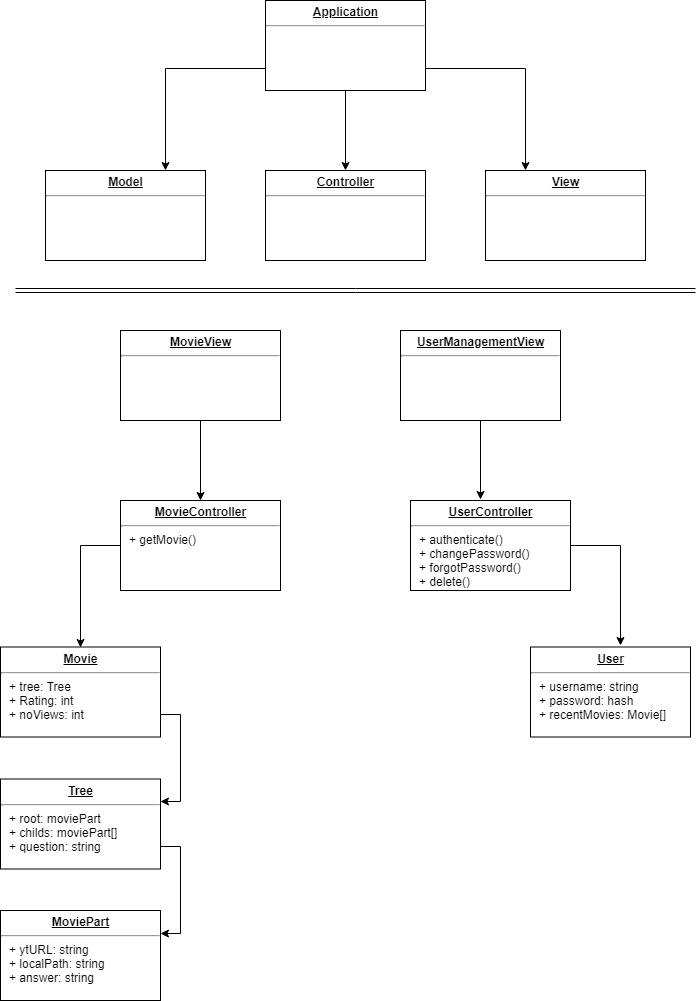
MarianCodrinCretu/Tehnologii-Web keeps this draw.io diagram as MVC_specific.png. Above is the earlier version. Source tidied: cells renumbered, new cells last; positions are measured from the earlier drawing's top-left corner, leaving out a move shared by most shapes. Its diagram source:
```xml
<mxGraphModel>
  <root>
    <mxCell id="0" />
    <mxCell id="1" parent="0" />
    <mxCell id="2" style="edgeStyle=orthogonalEdgeStyle;rounded=0;jettySize=auto;html=1;exitX=0.5;exitY=1;exitDx=0;exitDy=0;entryX=0.5;entryY=0;entryDx=0;entryDy=0;" parent="1" edge="1" source="5" target="7">
      <mxGeometry relative="1" as="geometry" />
    </mxCell>
    <mxCell id="3" style="edgeStyle=orthogonalEdgeStyle;rounded=0;jettySize=auto;html=1;exitX=1;exitY=0.75;exitDx=0;exitDy=0;entryX=0.25;entryY=0;entryDx=0;entryDy=0;" parent="1" edge="1" source="5" target="8">
      <mxGeometry relative="1" as="geometry" />
    </mxCell>
    <mxCell id="4" style="edgeStyle=orthogonalEdgeStyle;rounded=0;jettySize=auto;html=1;exitX=0;exitY=0.75;exitDx=0;exitDy=0;entryX=0.75;entryY=0;entryDx=0;entryDy=0;" parent="1" edge="1" source="5" target="6">
      <mxGeometry relative="1" as="geometry" />
    </mxCell>
    <mxCell id="5" value="&lt;p style=&quot;margin: 0px ; margin-top: 4px ; text-align: center ; text-decoration: underline&quot;&gt;&lt;b&gt;Application&lt;/b&gt;&lt;/p&gt;&lt;hr&gt;&lt;p style=&quot;margin: 0px ; margin-left: 8px&quot;&gt;&lt;br&gt;&lt;/p&gt;" style="verticalAlign=top;align=left;overflow=fill;fontSize=12;fontFamily=Helvetica;html=1;" parent="1" vertex="1">
      <mxGeometry x="265" width="160" height="90" as="geometry" />
    </mxCell>
    <mxCell id="6" value="&lt;p style=&quot;margin: 0px ; margin-top: 4px ; text-align: center ; text-decoration: underline&quot;&gt;&lt;b&gt;Model&lt;/b&gt;&lt;/p&gt;&lt;hr&gt;&lt;p style=&quot;margin: 0px ; margin-left: 8px&quot;&gt;&lt;br&gt;&lt;/p&gt;" style="verticalAlign=top;align=left;overflow=fill;fontSize=12;fontFamily=Helvetica;html=1;" parent="1" vertex="1">
      <mxGeometry x="45" y="170" width="160" height="90" as="geometry" />
    </mxCell>
    <mxCell id="7" value="&lt;p style=&quot;margin: 0px ; margin-top: 4px ; text-align: center ; text-decoration: underline&quot;&gt;&lt;b&gt;Controller&lt;/b&gt;&lt;/p&gt;&lt;hr&gt;&lt;p style=&quot;margin: 0px ; margin-left: 8px&quot;&gt;&lt;br&gt;&lt;/p&gt;" style="verticalAlign=top;align=left;overflow=fill;fontSize=12;fontFamily=Helvetica;html=1;" parent="1" vertex="1">
      <mxGeometry x="265" y="170" width="160" height="90" as="geometry" />
    </mxCell>
    <mxCell id="8" value="&lt;p style=&quot;margin: 0px ; margin-top: 4px ; text-align: center ; text-decoration: underline&quot;&gt;&lt;b&gt;View&lt;/b&gt;&lt;/p&gt;&lt;hr&gt;&lt;p style=&quot;margin: 0px ; margin-left: 8px&quot;&gt;&lt;br&gt;&lt;/p&gt;" style="verticalAlign=top;align=left;overflow=fill;fontSize=12;fontFamily=Helvetica;html=1;" parent="1" vertex="1">
      <mxGeometry x="485" y="170" width="160" height="90" as="geometry" />
    </mxCell>
    <mxCell id="9" style="shape=link;html=1;" parent="1" edge="1">
      <mxGeometry relative="1" as="geometry">
        <mxPoint x="15" y="290" as="sourcePoint" />
        <mxPoint x="695" y="290" as="targetPoint" />
      </mxGeometry>
    </mxCell>
    <mxCell id="10" value="&lt;p style=&quot;margin: 0px ; margin-top: 4px ; text-align: center ; text-decoration: underline&quot;&gt;&lt;b&gt;MoviePart&lt;/b&gt;&lt;/p&gt;&lt;hr&gt;&lt;p style=&quot;margin: 0px ; margin-left: 8px&quot;&gt;+ ytURL: string&lt;/p&gt;&lt;p style=&quot;margin: 0px ; margin-left: 8px&quot;&gt;+ localPath: string&lt;/p&gt;&lt;p style=&quot;margin: 0px ; margin-left: 8px&quot;&gt;+ answer: string&lt;/p&gt;" style="verticalAlign=top;align=left;overflow=fill;fontSize=12;fontFamily=Helvetica;html=1;" parent="1" vertex="1">
      <mxGeometry y="910" width="160" height="90" as="geometry" />
    </mxCell>
    <mxCell id="11" style="edgeStyle=orthogonalEdgeStyle;rounded=0;jettySize=auto;html=1;exitX=1;exitY=0.75;exitDx=0;exitDy=0;entryX=1;entryY=0.25;entryDx=0;entryDy=0;" parent="1" edge="1" source="12" target="10">
      <mxGeometry relative="1" as="geometry" />
    </mxCell>
    <mxCell id="12" value="&lt;p style=&quot;margin: 0px ; margin-top: 4px ; text-align: center ; text-decoration: underline&quot;&gt;&lt;b&gt;Tree&lt;/b&gt;&lt;/p&gt;&lt;hr&gt;&lt;p style=&quot;margin: 0px ; margin-left: 8px&quot;&gt;+ root: moviePart&lt;/p&gt;&lt;p style=&quot;margin: 0px ; margin-left: 8px&quot;&gt;+ childs: moviePart[]&lt;/p&gt;&lt;p style=&quot;margin: 0px ; margin-left: 8px&quot;&gt;+ question: string&lt;/p&gt;" style="verticalAlign=top;align=left;overflow=fill;fontSize=12;fontFamily=Helvetica;html=1;" parent="1" vertex="1">
      <mxGeometry y="778.5" width="160" height="90" as="geometry" />
    </mxCell>
    <mxCell id="13" style="edgeStyle=orthogonalEdgeStyle;rounded=0;jettySize=auto;html=1;exitX=1;exitY=0.75;exitDx=0;exitDy=0;entryX=1;entryY=0.25;entryDx=0;entryDy=0;" parent="1" edge="1" source="14" target="12">
      <mxGeometry relative="1" as="geometry" />
    </mxCell>
    <mxCell id="14" value="&lt;p style=&quot;margin: 0px ; margin-top: 4px ; text-align: center ; text-decoration: underline&quot;&gt;&lt;b&gt;Movie&lt;/b&gt;&lt;/p&gt;&lt;hr&gt;&lt;p style=&quot;margin: 0px ; margin-left: 8px&quot;&gt;+ tree: Tree&lt;/p&gt;&lt;p style=&quot;margin: 0px ; margin-left: 8px&quot;&gt;+ Rating: int&lt;/p&gt;&lt;p style=&quot;margin: 0px ; margin-left: 8px&quot;&gt;+ noViews: int&lt;/p&gt;" style="verticalAlign=top;align=left;overflow=fill;fontSize=12;fontFamily=Helvetica;html=1;" parent="1" vertex="1">
      <mxGeometry y="646.5" width="160" height="90" as="geometry" />
    </mxCell>
    <mxCell id="15" style="edgeStyle=orthogonalEdgeStyle;rounded=0;jettySize=auto;html=1;exitX=0;exitY=0.5;exitDx=0;exitDy=0;entryX=0.5;entryY=0;entryDx=0;entryDy=0;" parent="1" edge="1" source="16" target="14">
      <mxGeometry relative="1" as="geometry" />
    </mxCell>
    <mxCell id="16" value="&lt;p style=&quot;margin: 0px ; margin-top: 4px ; text-align: center ; text-decoration: underline&quot;&gt;&lt;b&gt;MovieController&lt;/b&gt;&lt;/p&gt;&lt;hr&gt;&lt;p style=&quot;margin: 0px ; margin-left: 8px&quot;&gt;+ getMovie()&lt;/p&gt;" style="verticalAlign=top;align=left;overflow=fill;fontSize=12;fontFamily=Helvetica;html=1;" parent="1" vertex="1">
      <mxGeometry x="120" y="500" width="160" height="90" as="geometry" />
    </mxCell>
    <mxCell id="17" style="edgeStyle=orthogonalEdgeStyle;rounded=0;jettySize=auto;html=1;exitX=1;exitY=0.5;exitDx=0;exitDy=0;" parent="1" edge="1" source="18">
      <mxGeometry relative="1" as="geometry">
        <mxPoint x="620" y="645" as="targetPoint" />
      </mxGeometry>
    </mxCell>
    <mxCell id="18" value="&lt;p style=&quot;margin: 0px ; margin-top: 4px ; text-align: center ; text-decoration: underline&quot;&gt;&lt;b&gt;UserController&lt;/b&gt;&lt;/p&gt;&lt;hr&gt;&lt;p style=&quot;margin: 0px ; margin-left: 8px&quot;&gt;+ authenticate()&lt;/p&gt;&lt;p style=&quot;margin: 0px ; margin-left: 8px&quot;&gt;+ changePassword()&lt;/p&gt;&lt;p style=&quot;margin: 0px ; margin-left: 8px&quot;&gt;+ forgotPassword()&lt;/p&gt;&lt;p style=&quot;margin: 0px ; margin-left: 8px&quot;&gt;+ delete()&lt;/p&gt;" style="verticalAlign=top;align=left;overflow=fill;fontSize=12;fontFamily=Helvetica;html=1;" parent="1" vertex="1">
      <mxGeometry x="410" y="500" width="160" height="90" as="geometry" />
    </mxCell>
    <mxCell id="19" style="edgeStyle=orthogonalEdgeStyle;rounded=0;jettySize=auto;html=1;exitX=0.5;exitY=1;exitDx=0;exitDy=0;entryX=0.5;entryY=0;entryDx=0;entryDy=0;" parent="1" edge="1" source="20" target="16">
      <mxGeometry relative="1" as="geometry" />
    </mxCell>
    <mxCell id="20" value="&lt;p style=&quot;margin: 0px ; margin-top: 4px ; text-align: center ; text-decoration: underline&quot;&gt;&lt;b&gt;MovieView&lt;/b&gt;&lt;/p&gt;&lt;hr&gt;&lt;p style=&quot;margin: 0px ; margin-left: 8px&quot;&gt;&lt;br&gt;&lt;/p&gt;" style="verticalAlign=top;align=left;overflow=fill;fontSize=12;fontFamily=Helvetica;html=1;" parent="1" vertex="1">
      <mxGeometry x="120" y="330" width="160" height="90" as="geometry" />
    </mxCell>
    <mxCell id="21" style="edgeStyle=orthogonalEdgeStyle;rounded=0;jettySize=auto;html=1;exitX=0.5;exitY=1;exitDx=0;exitDy=0;entryX=0.438;entryY=-0.011;entryDx=0;entryDy=0;entryPerimeter=0;" parent="1" edge="1" source="22" target="18">
      <mxGeometry relative="1" as="geometry" />
    </mxCell>
    <mxCell id="22" value="&lt;p style=&quot;margin: 0px ; margin-top: 4px ; text-align: center ; text-decoration: underline&quot;&gt;&lt;b&gt;UserManagementView&lt;/b&gt;&lt;/p&gt;&lt;hr&gt;&lt;p style=&quot;margin: 0px ; margin-left: 8px&quot;&gt;&lt;br&gt;&lt;/p&gt;" style="verticalAlign=top;align=left;overflow=fill;fontSize=12;fontFamily=Helvetica;html=1;" parent="1" vertex="1">
      <mxGeometry x="400" y="330" width="160" height="90" as="geometry" />
    </mxCell>
    <mxCell id="23" value="&lt;p style=&quot;margin: 0px ; margin-top: 4px ; text-align: center ; text-decoration: underline&quot;&gt;&lt;b&gt;User&lt;/b&gt;&lt;/p&gt;&lt;hr&gt;&lt;p style=&quot;margin: 0px ; margin-left: 8px&quot;&gt;+ username: string&lt;/p&gt;&lt;p style=&quot;margin: 0px ; margin-left: 8px&quot;&gt;+ password: hash&lt;/p&gt;&lt;p style=&quot;margin: 0px ; margin-left: 8px&quot;&gt;+ recentMovies: Movie[]&lt;/p&gt;" style="verticalAlign=top;align=left;overflow=fill;fontSize=12;fontFamily=Helvetica;html=1;" parent="1" vertex="1">
      <mxGeometry x="530" y="646.5" width="160" height="90" as="geometry" />
    </mxCell>
  </root>
</mxGraphModel>
```
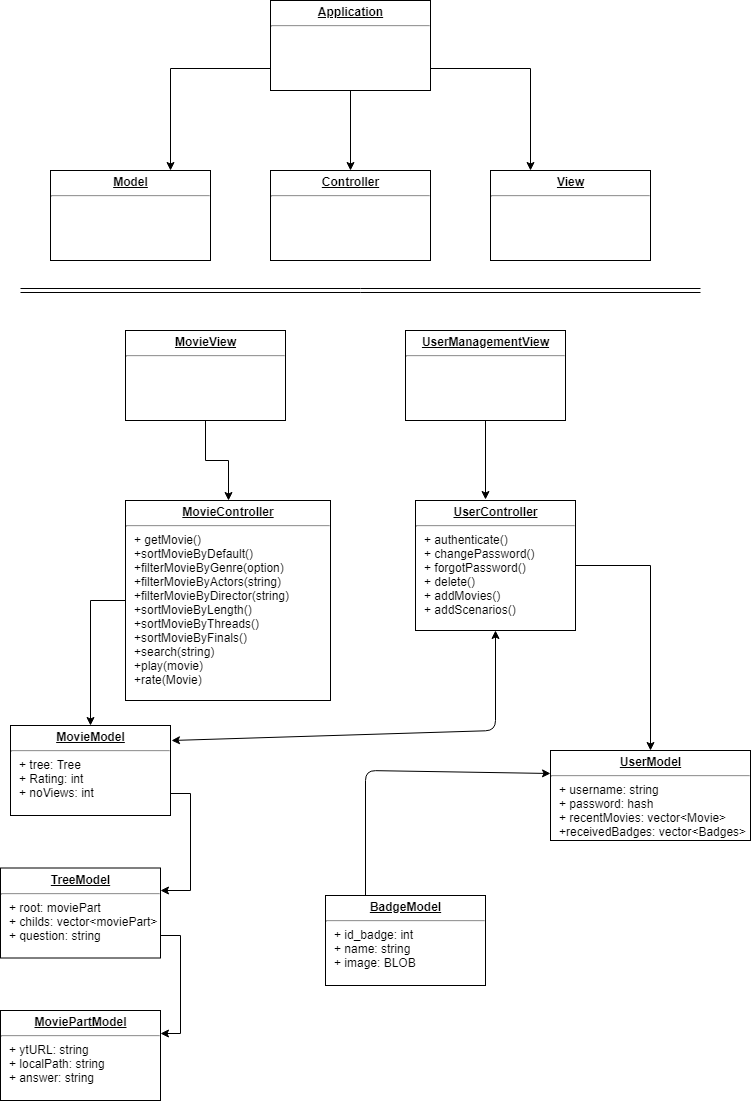
After the change.

What changed in the source:
```diff
@@ -29,34 +29,32 @@
         <mxPoint x="695" y="290" as="targetPoint" />
       </mxGeometry>
     </mxCell>
-    <mxCell id="10" value="&lt;p style=&quot;margin: 0px ; margin-top: 4px ; text-align: center ; text-decoration: underline&quot;&gt;&lt;b&gt;MoviePart&lt;/b&gt;&lt;/p&gt;&lt;hr&gt;&lt;p style=&quot;margin: 0px ; margin-left: 8px&quot;&gt;+ ytURL: string&lt;/p&gt;&lt;p style=&quot;margin: 0px ; margin-left: 8px&quot;&gt;+ localPath: string&lt;/p&gt;&lt;p style=&quot;margin: 0px ; margin-left: 8px&quot;&gt;+ answer: string&lt;/p&gt;" style="verticalAlign=top;align=left;overflow=fill;fontSize=12;fontFamily=Helvetica;html=1;" parent="1" vertex="1">
-      <mxGeometry y="910" width="160" height="90" as="geometry" />
+    <mxCell id="10" value="&lt;p style=&quot;margin: 0px ; margin-top: 4px ; text-align: center ; text-decoration: underline&quot;&gt;&lt;b&gt;MoviePartModel&lt;/b&gt;&lt;/p&gt;&lt;hr&gt;&lt;p style=&quot;margin: 0px ; margin-left: 8px&quot;&gt;+ ytURL: string&lt;/p&gt;&lt;p style=&quot;margin: 0px ; margin-left: 8px&quot;&gt;+ localPath: string&lt;/p&gt;&lt;p style=&quot;margin: 0px ; margin-left: 8px&quot;&gt;+ answer: string&lt;/p&gt;" style="verticalAlign=top;align=left;overflow=fill;fontSize=12;fontFamily=Helvetica;html=1;" parent="1" vertex="1">
+      <mxGeometry x="-5" y="1010" width="160" height="90" as="geometry" />
     </mxCell>
     <mxCell id="11" style="edgeStyle=orthogonalEdgeStyle;rounded=0;jettySize=auto;html=1;exitX=1;exitY=0.75;exitDx=0;exitDy=0;entryX=1;entryY=0.25;entryDx=0;entryDy=0;" parent="1" edge="1" source="12" target="10">
       <mxGeometry relative="1" as="geometry" />
     </mxCell>
-    <mxCell id="12" value="&lt;p style=&quot;margin: 0px ; margin-top: 4px ; text-align: center ; text-decoration: underline&quot;&gt;&lt;b&gt;Tree&lt;/b&gt;&lt;/p&gt;&lt;hr&gt;&lt;p style=&quot;margin: 0px ; margin-left: 8px&quot;&gt;+ root: moviePart&lt;/p&gt;&lt;p style=&quot;margin: 0px ; margin-left: 8px&quot;&gt;+ childs: moviePart[]&lt;/p&gt;&lt;p style=&quot;margin: 0px ; margin-left: 8px&quot;&gt;+ question: string&lt;/p&gt;" style="verticalAlign=top;align=left;overflow=fill;fontSize=12;fontFamily=Helvetica;html=1;" parent="1" vertex="1">
-      <mxGeometry y="778.5" width="160" height="90" as="geometry" />
+    <mxCell id="12" value="&lt;p style=&quot;margin: 0px ; margin-top: 4px ; text-align: center ; text-decoration: underline&quot;&gt;&lt;b&gt;TreeModel&lt;/b&gt;&lt;/p&gt;&lt;hr&gt;&lt;p style=&quot;margin: 0px ; margin-left: 8px&quot;&gt;+ root: moviePart&lt;/p&gt;&lt;p style=&quot;margin: 0px ; margin-left: 8px&quot;&gt;+ childs: vector&amp;lt;moviePart&amp;gt;&lt;/p&gt;&lt;p style=&quot;margin: 0px ; margin-left: 8px&quot;&gt;+ question: string&lt;/p&gt;" style="verticalAlign=top;align=left;overflow=fill;fontSize=12;fontFamily=Helvetica;html=1;" parent="1" vertex="1">
+      <mxGeometry x="-5" y="867.5" width="160" height="90" as="geometry" />
     </mxCell>
     <mxCell id="13" style="edgeStyle=orthogonalEdgeStyle;rounded=0;jettySize=auto;html=1;exitX=1;exitY=0.75;exitDx=0;exitDy=0;entryX=1;entryY=0.25;entryDx=0;entryDy=0;" parent="1" edge="1" source="14" target="12">
       <mxGeometry relative="1" as="geometry" />
     </mxCell>
-    <mxCell id="14" value="&lt;p style=&quot;margin: 0px ; margin-top: 4px ; text-align: center ; text-decoration: underline&quot;&gt;&lt;b&gt;Movie&lt;/b&gt;&lt;/p&gt;&lt;hr&gt;&lt;p style=&quot;margin: 0px ; margin-left: 8px&quot;&gt;+ tree: Tree&lt;/p&gt;&lt;p style=&quot;margin: 0px ; margin-left: 8px&quot;&gt;+ Rating: int&lt;/p&gt;&lt;p style=&quot;margin: 0px ; margin-left: 8px&quot;&gt;+ noViews: int&lt;/p&gt;" style="verticalAlign=top;align=left;overflow=fill;fontSize=12;fontFamily=Helvetica;html=1;" parent="1" vertex="1">
-      <mxGeometry y="646.5" width="160" height="90" as="geometry" />
+    <mxCell id="14" value="&lt;p style=&quot;margin: 0px ; margin-top: 4px ; text-align: center ; text-decoration: underline&quot;&gt;&lt;b&gt;MovieModel&lt;/b&gt;&lt;/p&gt;&lt;hr&gt;&lt;p style=&quot;margin: 0px ; margin-left: 8px&quot;&gt;+ tree: Tree&lt;/p&gt;&lt;p style=&quot;margin: 0px ; margin-left: 8px&quot;&gt;+ Rating: int&lt;/p&gt;&lt;p style=&quot;margin: 0px ; margin-left: 8px&quot;&gt;+ noViews: int&lt;/p&gt;" style="verticalAlign=top;align=left;overflow=fill;fontSize=12;fontFamily=Helvetica;html=1;" parent="1" vertex="1">
+      <mxGeometry x="5" y="725" width="160" height="90" as="geometry" />
     </mxCell>
     <mxCell id="15" style="edgeStyle=orthogonalEdgeStyle;rounded=0;jettySize=auto;html=1;exitX=0;exitY=0.5;exitDx=0;exitDy=0;entryX=0.5;entryY=0;entryDx=0;entryDy=0;" parent="1" edge="1" source="16" target="14">
       <mxGeometry relative="1" as="geometry" />
     </mxCell>
-    <mxCell id="16" value="&lt;p style=&quot;margin: 0px ; margin-top: 4px ; text-align: center ; text-decoration: underline&quot;&gt;&lt;b&gt;MovieController&lt;/b&gt;&lt;/p&gt;&lt;hr&gt;&lt;p style=&quot;margin: 0px ; margin-left: 8px&quot;&gt;+ getMovie()&lt;/p&gt;" style="verticalAlign=top;align=left;overflow=fill;fontSize=12;fontFamily=Helvetica;html=1;" parent="1" vertex="1">
-      <mxGeometry x="120" y="500" width="160" height="90" as="geometry" />
+    <mxCell id="16" value="&lt;p style=&quot;margin: 0px ; margin-top: 4px ; text-align: center ; text-decoration: underline&quot;&gt;&lt;b&gt;MovieController&lt;/b&gt;&lt;/p&gt;&lt;hr&gt;&lt;p style=&quot;margin: 0px ; margin-left: 8px&quot;&gt;+ getMovie()&lt;/p&gt;&lt;p style=&quot;margin: 0px ; margin-left: 8px&quot;&gt;+sortMovieByDefault()&lt;/p&gt;&lt;p style=&quot;margin: 0px ; margin-left: 8px&quot;&gt;+filterMovieByGenre(option)&lt;/p&gt;&lt;p style=&quot;margin: 0px ; margin-left: 8px&quot;&gt;+filterMovieByActors(string)&lt;/p&gt;&lt;p style=&quot;margin: 0px ; margin-left: 8px&quot;&gt;+filterMovieByDirector(string)&lt;/p&gt;&lt;p style=&quot;margin: 0px ; margin-left: 8px&quot;&gt;+sortMovieByLength()&lt;/p&gt;&lt;p style=&quot;margin: 0px ; margin-left: 8px&quot;&gt;+sortMovieByThreads()&lt;/p&gt;&lt;p style=&quot;margin: 0px ; margin-left: 8px&quot;&gt;+sortMovieByFinals()&lt;/p&gt;&lt;p style=&quot;margin: 0px ; margin-left: 8px&quot;&gt;+search(string)&lt;/p&gt;&lt;p style=&quot;margin: 0px ; margin-left: 8px&quot;&gt;+play(movie)&lt;/p&gt;&lt;p style=&quot;margin: 0px ; margin-left: 8px&quot;&gt;+rate(Movie)&lt;/p&gt;&lt;p style=&quot;margin: 0px ; margin-left: 8px&quot;&gt;&lt;br&gt;&lt;/p&gt;" style="verticalAlign=top;align=left;overflow=fill;fontSize=12;fontFamily=Helvetica;html=1;" parent="1" vertex="1">
+      <mxGeometry x="120" y="500" width="205" height="200" as="geometry" />
     </mxCell>
-    <mxCell id="17" style="edgeStyle=orthogonalEdgeStyle;rounded=0;jettySize=auto;html=1;exitX=1;exitY=0.5;exitDx=0;exitDy=0;" parent="1" edge="1" source="18">
-      <mxGeometry relative="1" as="geometry">
-        <mxPoint x="620" y="645" as="targetPoint" />
-      </mxGeometry>
+    <mxCell id="17" style="edgeStyle=orthogonalEdgeStyle;rounded=0;jettySize=auto;html=1;exitX=1;exitY=0.5;exitDx=0;exitDy=0;entryX=0.5;entryY=0;entryDx=0;entryDy=0;" parent="1" edge="1" source="18" target="23">
+      <mxGeometry relative="1" as="geometry" />
     </mxCell>
-    <mxCell id="18" value="&lt;p style=&quot;margin: 0px ; margin-top: 4px ; text-align: center ; text-decoration: underline&quot;&gt;&lt;b&gt;UserController&lt;/b&gt;&lt;/p&gt;&lt;hr&gt;&lt;p style=&quot;margin: 0px ; margin-left: 8px&quot;&gt;+ authenticate()&lt;/p&gt;&lt;p style=&quot;margin: 0px ; margin-left: 8px&quot;&gt;+ changePassword()&lt;/p&gt;&lt;p style=&quot;margin: 0px ; margin-left: 8px&quot;&gt;+ forgotPassword()&lt;/p&gt;&lt;p style=&quot;margin: 0px ; margin-left: 8px&quot;&gt;+ delete()&lt;/p&gt;" style="verticalAlign=top;align=left;overflow=fill;fontSize=12;fontFamily=Helvetica;html=1;" parent="1" vertex="1">
-      <mxGeometry x="410" y="500" width="160" height="90" as="geometry" />
+    <mxCell id="18" value="&lt;p style=&quot;margin: 0px ; margin-top: 4px ; text-align: center ; text-decoration: underline&quot;&gt;&lt;b&gt;UserController&lt;/b&gt;&lt;/p&gt;&lt;hr&gt;&lt;p style=&quot;margin: 0px ; margin-left: 8px&quot;&gt;+ authenticate()&lt;/p&gt;&lt;p style=&quot;margin: 0px ; margin-left: 8px&quot;&gt;+ changePassword()&lt;/p&gt;&lt;p style=&quot;margin: 0px ; margin-left: 8px&quot;&gt;+ forgotPassword()&lt;/p&gt;&lt;p style=&quot;margin: 0px ; margin-left: 8px&quot;&gt;+ delete()&lt;/p&gt;&lt;p style=&quot;margin: 0px ; margin-left: 8px&quot;&gt;+ addMovies()&lt;/p&gt;&lt;p style=&quot;margin: 0px ; margin-left: 8px&quot;&gt;+ addScenarios()&lt;/p&gt;" style="verticalAlign=top;align=left;overflow=fill;fontSize=12;fontFamily=Helvetica;html=1;" parent="1" vertex="1">
+      <mxGeometry x="410" y="500" width="160" height="130" as="geometry" />
     </mxCell>
     <mxCell id="19" style="edgeStyle=orthogonalEdgeStyle;rounded=0;jettySize=auto;html=1;exitX=0.5;exitY=1;exitDx=0;exitDy=0;entryX=0.5;entryY=0;entryDx=0;entryDy=0;" parent="1" edge="1" source="20" target="16">
       <mxGeometry relative="1" as="geometry" />
@@ -70,8 +68,25 @@
     <mxCell id="22" value="&lt;p style=&quot;margin: 0px ; margin-top: 4px ; text-align: center ; text-decoration: underline&quot;&gt;&lt;b&gt;UserManagementView&lt;/b&gt;&lt;/p&gt;&lt;hr&gt;&lt;p style=&quot;margin: 0px ; margin-left: 8px&quot;&gt;&lt;br&gt;&lt;/p&gt;" style="verticalAlign=top;align=left;overflow=fill;fontSize=12;fontFamily=Helvetica;html=1;" parent="1" vertex="1">
       <mxGeometry x="400" y="330" width="160" height="90" as="geometry" />
     </mxCell>
-    <mxCell id="23" value="&lt;p style=&quot;margin: 0px ; margin-top: 4px ; text-align: center ; text-decoration: underline&quot;&gt;&lt;b&gt;User&lt;/b&gt;&lt;/p&gt;&lt;hr&gt;&lt;p style=&quot;margin: 0px ; margin-left: 8px&quot;&gt;+ username: string&lt;/p&gt;&lt;p style=&quot;margin: 0px ; margin-left: 8px&quot;&gt;+ password: hash&lt;/p&gt;&lt;p style=&quot;margin: 0px ; margin-left: 8px&quot;&gt;+ recentMovies: Movie[]&lt;/p&gt;" style="verticalAlign=top;align=left;overflow=fill;fontSize=12;fontFamily=Helvetica;html=1;" parent="1" vertex="1">
-      <mxGeometry x="530" y="646.5" width="160" height="90" as="geometry" />
+    <mxCell id="23" value="&lt;p style=&quot;margin: 0px ; margin-top: 4px ; text-align: center ; text-decoration: underline&quot;&gt;&lt;b&gt;UserModel&lt;/b&gt;&lt;/p&gt;&lt;hr&gt;&lt;p style=&quot;margin: 0px ; margin-left: 8px&quot;&gt;+ username: string&lt;/p&gt;&lt;p style=&quot;margin: 0px ; margin-left: 8px&quot;&gt;+ password: hash&lt;/p&gt;&lt;p style=&quot;margin: 0px ; margin-left: 8px&quot;&gt;+ recentMovies: vector&amp;lt;Movie&amp;gt;&lt;/p&gt;&lt;p style=&quot;margin: 0px ; margin-left: 8px&quot;&gt;+receivedBadges: vector&amp;lt;Badges&amp;gt;&lt;/p&gt;" style="verticalAlign=top;align=left;overflow=fill;fontSize=12;fontFamily=Helvetica;html=1;" parent="1" vertex="1">
+      <mxGeometry x="545" y="750" width="200" height="90" as="geometry" />
     </mxCell>
+    <mxCell id="24" value="&lt;p style=&quot;margin: 0px ; margin-top: 4px ; text-align: center ; text-decoration: underline&quot;&gt;&lt;b&gt;BadgeModel&lt;/b&gt;&lt;/p&gt;&lt;hr&gt;&lt;p style=&quot;margin: 0px ; margin-left: 8px&quot;&gt;+ id_badge: int&lt;/p&gt;&lt;p style=&quot;margin: 0px ; margin-left: 8px&quot;&gt;+ name: string&lt;/p&gt;&lt;p style=&quot;margin: 0px ; margin-left: 8px&quot;&gt;+ image: BLOB&lt;/p&gt;" style="verticalAlign=top;align=left;overflow=fill;fontSize=12;fontFamily=Helvetica;html=1;" parent="1" vertex="1">
+      <mxGeometry x="320" y="895" width="160" height="90" as="geometry" />
+    </mxCell>
+    <mxCell id="25" style="endArrow=classic;html=1;exitX=0.25;exitY=0;exitDx=0;exitDy=0;entryX=0;entryY=0.25;entryDx=0;entryDy=0;" parent="1" edge="1" source="24" target="23">
+      <mxGeometry relative="1" as="geometry">
+        <Array as="points">
+          <mxPoint x="360" y="770" />
+        </Array>
+      </mxGeometry>
+    </mxCell>
+    <mxCell id="26" style="endArrow=classic;startArrow=classic;html=1;exitX=1.006;exitY=0.167;exitDx=0;exitDy=0;exitPerimeter=0;" parent="1" edge="1" source="14" target="18">
+      <mxGeometry relative="1" as="geometry">
+        <Array as="points">
+          <mxPoint x="490" y="730" />
+        </Array>
+      </mxGeometry>
+    </mxCell>
   </root>
 </mxGraphModel>
```
